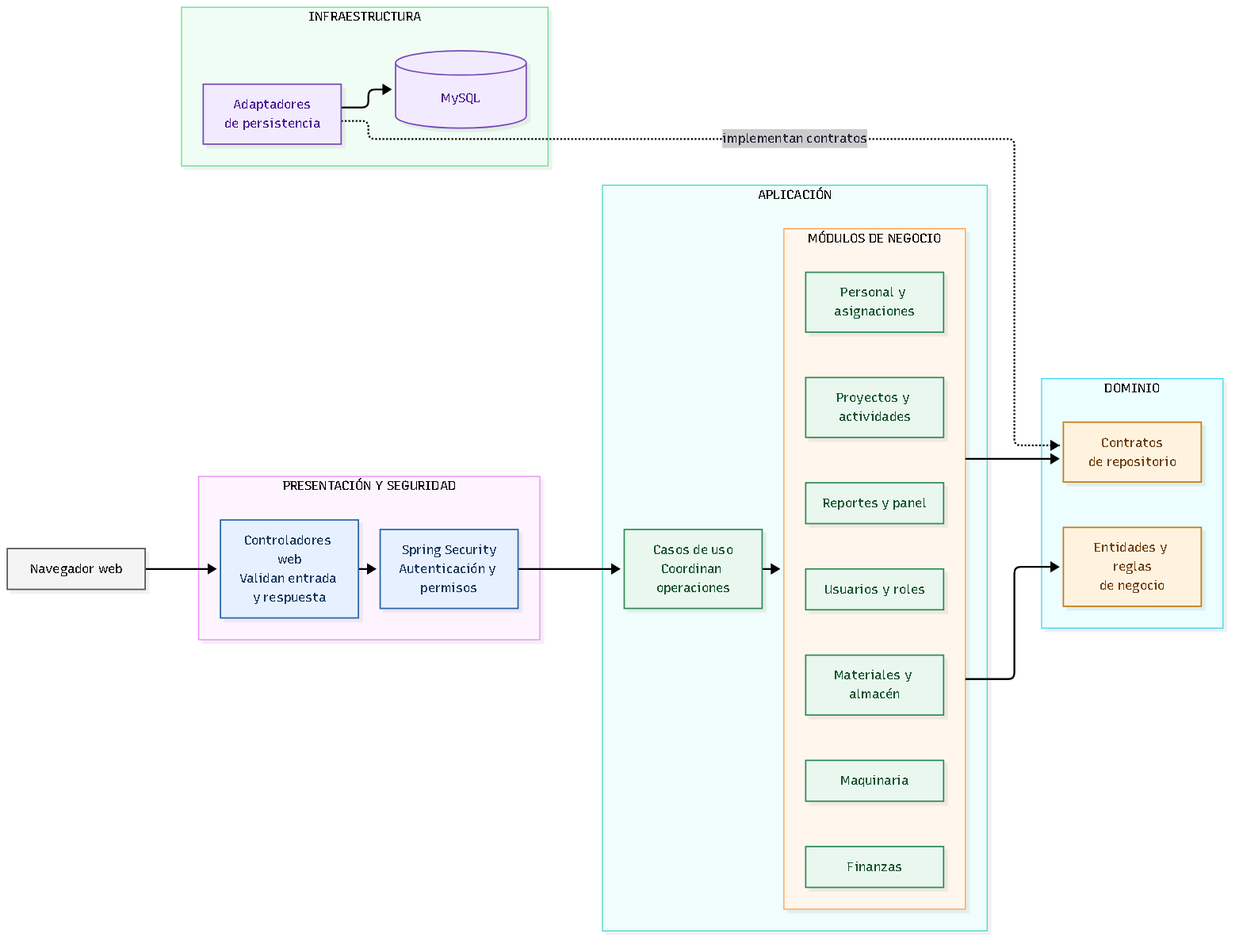
Before: img/nivel3-componentes.png, a diagram exported from Mermaid (dostinarroyo/Constructora-arquitSoft-02-Dostin_Arroyo). Its source is kept beside it as img/fuentes/nivel3-componentes.mmd. Source of this version:
```mermaid
flowchart LR
    browser["Navegador web"]

    subgraph entrada["PRESENTACIÓN Y SEGURIDAD"]
        direction TB
        controller["Controladores web<br/>Validan entrada y respuesta"]
        security["Spring Security<br/>Autenticación y permisos"]
        controller --> security
    end

    subgraph application["APLICACIÓN"]
        direction TB
        subgraph modules["MÓDULOS DE NEGOCIO"]
            direction TB
            projects["Proyectos y actividades"]
            warehouse["Materiales y almacén"]
            people["Personal y asignaciones"]
            equipment["Maquinaria"]
            finance["Finanzas"]
            reports["Reportes y panel"]
            users["Usuarios y roles"]
        end
        usecases["Casos de uso<br/>Coordinan operaciones"]
    end

    subgraph domain["DOMINIO"]
        direction TB
        entities["Entidades y reglas<br/>de negocio"]
        ports["Contratos<br/>de repositorio"]
    end

    subgraph infrastructure["INFRAESTRUCTURA"]
        direction TB
        adapters["Adaptadores<br/>de persistencia"]
        db[("MySQL")]
        adapters --> db
    end

    browser --> controller
    security --> usecases
    usecases --> modules
    modules --> entities
    modules --> ports
    adapters -. "implementan contratos" .-> ports

    classDef user fill:#f4f4f5,stroke:#52525b,color:#18181b,stroke-width:1.5px
    classDef presentationStyle fill:#e7f0ff,stroke:#2563a6,color:#17365d,stroke-width:1.5px
    classDef applicationStyle fill:#e9f7ef,stroke:#2d8a57,color:#14532d,stroke-width:1.5px
    classDef domainStyle fill:#fff3df,stroke:#c27a12,color:#713f12,stroke-width:1.5px
    classDef infrastructureStyle fill:#f2eaff,stroke:#7646b8,color:#4c1d95,stroke-width:1.5px

    class browser user
    class controller,security presentationStyle
    class projects,warehouse,people,equipment,finance,reports,users,usecases applicationStyle
    class entities,ports domainStyle
    class adapters,db infrastructureStyle
```
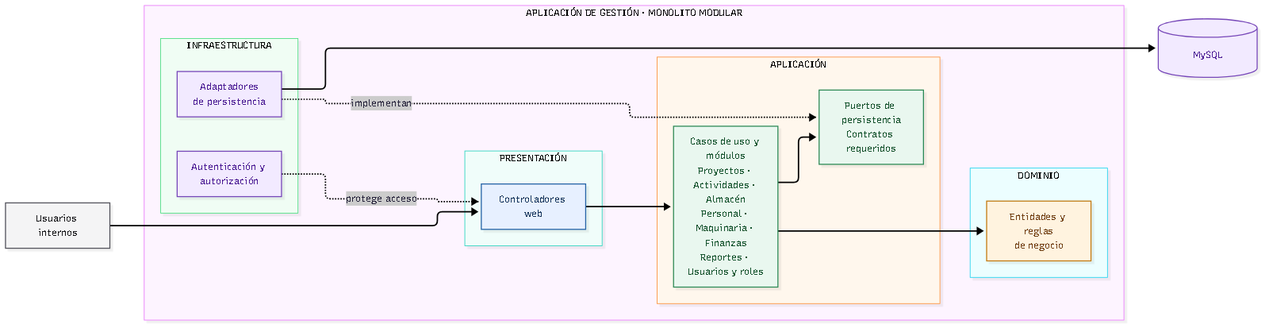
The same diagram one commit later.

Commit message:
docs: expand C4 model with system-specific detail

Change to the diagram source:
```diff
@@ -1,56 +1,49 @@
 flowchart LR
-    browser["Navegador web"]
+    user["Usuarios internos"]
 
-    subgraph entrada["PRESENTACIÓN Y SEGURIDAD"]
-        direction TB
-        controller["Controladores web<br/>Validan entrada y respuesta"]
-        security["Spring Security<br/>Autenticación y permisos"]
-        controller --> security
+    subgraph system["APLICACIÓN DE GESTIÓN · MONOLITO MODULAR"]
+        direction LR
+        subgraph presentation["PRESENTACIÓN"]
+            direction TB
+            controller["Controladores web"]
+        end
+
+        subgraph application["APLICACIÓN"]
+            direction TB
+            usecases["Casos de uso y módulos<br/>Proyectos · Actividades · Almacén<br/>Personal · Maquinaria · Finanzas<br/>Reportes · Usuarios y roles"]
+            ports["Puertos de persistencia<br/>Contratos requeridos"]
+        end
+
+        subgraph domain["DOMINIO"]
+            direction TB
+            entities["Entidades y reglas<br/>de negocio"]
+        end
+
+        subgraph infrastructure["INFRAESTRUCTURA"]
+            direction TB
+            security["Autenticación y autorización"]
+            adapters["Adaptadores<br/>de persistencia"]
+        end
     end
 
-    subgraph application["APLICACIÓN"]
-        direction TB
-        subgraph modules["MÓDULOS DE NEGOCIO"]
-            direction TB
-            projects["Proyectos y actividades"]
-            warehouse["Materiales y almacén"]
-            people["Personal y asignaciones"]
-            equipment["Maquinaria"]
-            finance["Finanzas"]
-            reports["Reportes y panel"]
-            users["Usuarios y roles"]
-        end
-        usecases["Casos de uso<br/>Coordinan operaciones"]
-    end
+    db[("MySQL")]
 
-    subgraph domain["DOMINIO"]
-        direction TB
-        entities["Entidades y reglas<br/>de negocio"]
-        ports["Contratos<br/>de repositorio"]
-    end
+    user --> controller
+    controller --> usecases
+    usecases --> entities
+    usecases --> ports
+    adapters -. "implementan" .-> ports
+    adapters --> db
+    security -. "protege acceso" .-> controller
 
-    subgraph infrastructure["INFRAESTRUCTURA"]
-        direction TB
-        adapters["Adaptadores<br/>de persistencia"]
-        db[("MySQL")]
-        adapters --> db
-    end
-
-    browser --> controller
-    security --> usecases
-    usecases --> modules
-    modules --> entities
-    modules --> ports
-    adapters -. "implementan contratos" .-> ports
-
-    classDef user fill:#f4f4f5,stroke:#52525b,color:#18181b,stroke-width:1.5px
+    classDef userStyle fill:#f4f4f5,stroke:#52525b,color:#18181b,stroke-width:1.5px
     classDef presentationStyle fill:#e7f0ff,stroke:#2563a6,color:#17365d,stroke-width:1.5px
     classDef applicationStyle fill:#e9f7ef,stroke:#2d8a57,color:#14532d,stroke-width:1.5px
     classDef domainStyle fill:#fff3df,stroke:#c27a12,color:#713f12,stroke-width:1.5px
     classDef infrastructureStyle fill:#f2eaff,stroke:#7646b8,color:#4c1d95,stroke-width:1.5px
 
-    class browser user
-    class controller,security presentationStyle
-    class projects,warehouse,people,equipment,finance,reports,users,usecases applicationStyle
-    class entities,ports domainStyle
-    class adapters,db infrastructureStyle
+    class user userStyle
+    class controller presentationStyle
+    class usecases,ports applicationStyle
+    class entities domainStyle
+    class security,adapters,db infrastructureStyle
```
